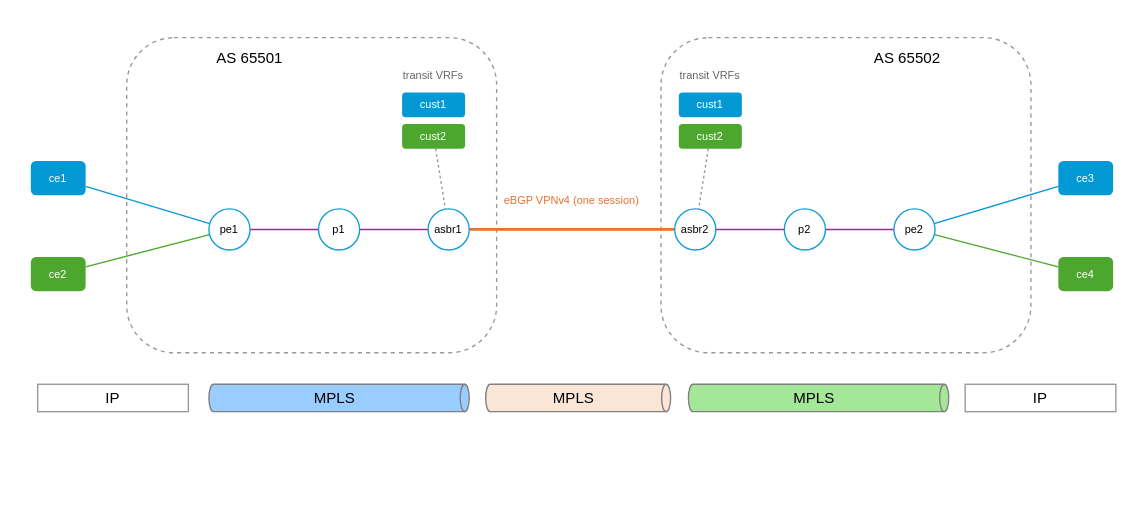
This is playset/images/InterASOptionAB.drawio from zebra-rs/zebra-rs, a draw.io file, before an edit. Source tidied: cells renumbered, new cells numbered last; positions are measured from the earlier drawing's top-left corner, leaving out a move shared by most shapes. Both pictures are drawn from the tidied source at 137%, with x=0, y=0 at pixel (30, 37).
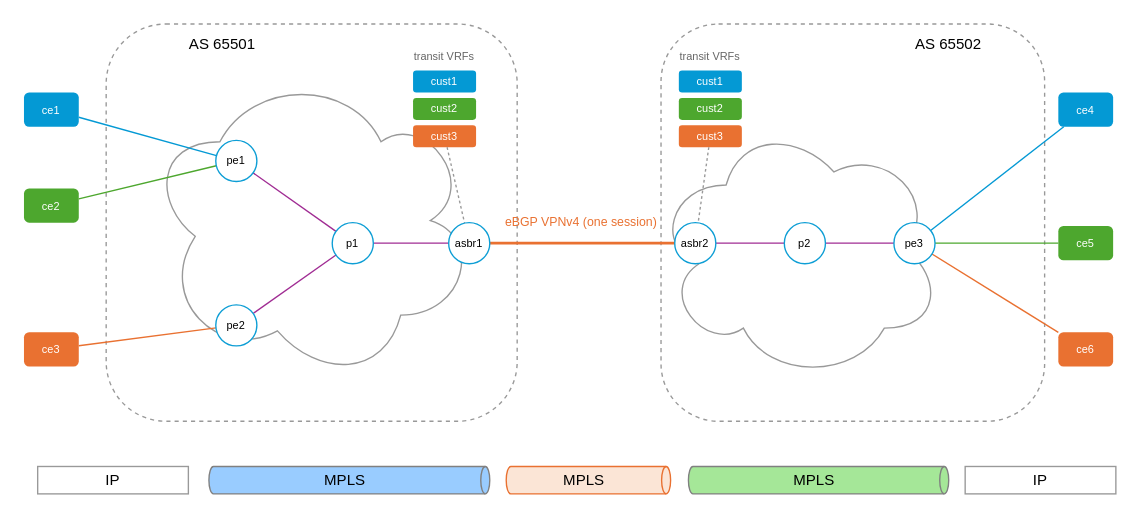
The same page after the edit.

Diff of the diagram source:
```diff
@@
     <mxCell id="2" style="rounded=1;whiteSpace=wrap;html=1;fillColor=none;dashed=1;strokeColor=#999999;" parent="1" vertex="1">
-      <mxGeometry x="70" width="270" height="230" as="geometry" />
+      <mxGeometry x="55" y="-10" width="300" height="290" as="geometry" />
     </mxCell>
     <mxCell id="3" style="rounded=1;whiteSpace=wrap;html=1;fillColor=none;dashed=1;strokeColor=#999999;" parent="1" vertex="1">
-      <mxGeometry x="460" width="270" height="230" as="geometry" />
+      <mxGeometry x="460" y="-10" width="280" height="290" as="geometry" />
     </mxCell>
+    <mxCell id="39" style="ellipse;shape=cloud;whiteSpace=wrap;html=1;flipV=1;flipH=1;strokeColor=#999999;" parent="1" vertex="1">
+      <mxGeometry x="90" y="30" width="240" height="230" as="geometry" />
+    </mxCell>
+    <mxCell id="40" style="ellipse;shape=cloud;whiteSpace=wrap;html=1;strokeColor=#999999;" parent="1" vertex="1">
+      <mxGeometry x="455" y="60" width="210" height="190" as="geometry" />
+    </mxCell>
     <mxCell id="4" value="AS 65501" style="text;html=1;whiteSpace=wrap;strokeColor=none;fillColor=none;align=center;verticalAlign=middle;rounded=0;fontSize=11;" parent="1" vertex="1">
-      <mxGeometry x="125" width="70" height="30" as="geometry" />
+      <mxGeometry x="105" y="-10" width="70" height="30" as="geometry" />
     </mxCell>
     <mxCell id="5" value="AS 65502" style="text;html=1;whiteSpace=wrap;strokeColor=none;fillColor=none;align=center;verticalAlign=middle;rounded=0;fontSize=11;" parent="1" vertex="1">
-      <mxGeometry x="605" width="70" height="30" as="geometry" />
+      <mxGeometry x="635" y="-10" width="70" height="30" as="geometry" />
     </mxCell>
     <mxCell id="6" value="transit VRFs" style="text;html=1;whiteSpace=wrap;strokeColor=none;fillColor=none;align=center;verticalAlign=middle;rounded=0;fontSize=8;fontColor=#666666;" parent="1" vertex="1">
-      <mxGeometry x="259" y="22" width="70" height="12" as="geometry" />
+      <mxGeometry x="267" y="8" width="70" height="12" as="geometry" />
     </mxCell>
     <mxCell id="7" value="transit VRFs" style="text;html=1;whiteSpace=wrap;strokeColor=none;fillColor=none;align=center;verticalAlign=middle;rounded=0;fontSize=8;fontColor=#666666;" parent="1" vertex="1">
-      <mxGeometry x="461" y="22" width="70" height="12" as="geometry" />
+      <mxGeometry x="461" y="8" width="70" height="12" as="geometry" />
     </mxCell>
     <mxCell id="8" value="cust1" style="rounded=1;whiteSpace=wrap;html=1;fillStyle=solid;fillColor=#0499D4;strokeColor=none;fontSize=8;fontColor=#FFFFFF;" parent="1" vertex="1">
-      <mxGeometry x="271" y="40" width="46" height="18" as="geometry" />
+      <mxGeometry x="279" y="24" width="46" height="16" as="geometry" />
     </mxCell>
     <mxCell id="9" value="cust2" style="rounded=1;whiteSpace=wrap;html=1;fillStyle=solid;fillColor=#4DA72E;strokeColor=none;fontSize=8;fontColor=#FFFFFF;" parent="1" vertex="1">
-      <mxGeometry x="271" y="63" width="46" height="18" as="geometry" />
+      <mxGeometry x="279" y="44" width="46" height="16" as="geometry" />
     </mxCell>
+    <mxCell id="41" value="cust3" style="rounded=1;whiteSpace=wrap;html=1;fillStyle=solid;fillColor=#E97131;strokeColor=none;fontSize=8;fontColor=#FFFFFF;" parent="1" vertex="1">
+      <mxGeometry x="279" y="64" width="46" height="16" as="geometry" />
+    </mxCell>
     <mxCell id="10" value="cust1" style="rounded=1;whiteSpace=wrap;html=1;fillStyle=solid;fillColor=#0499D4;strokeColor=none;fontSize=8;fontColor=#FFFFFF;" parent="1" vertex="1">
-      <mxGeometry x="473" y="40" width="46" height="18" as="geometry" />
+      <mxGeometry x="473" y="24" width="46" height="16" as="geometry" />
     </mxCell>
     <mxCell id="11" value="cust2" style="rounded=1;whiteSpace=wrap;html=1;fillStyle=solid;fillColor=#4DA72E;strokeColor=none;fontSize=8;fontColor=#FFFFFF;" parent="1" vertex="1">
-      <mxGeometry x="473" y="63" width="46" height="18" as="geometry" />
+      <mxGeometry x="473" y="44" width="46" height="16" as="geometry" />
     </mxCell>
+    <mxCell id="42" value="cust3" style="rounded=1;whiteSpace=wrap;html=1;fillStyle=solid;fillColor=#E97131;strokeColor=none;fontSize=8;fontColor=#FFFFFF;" parent="1" vertex="1">
+      <mxGeometry x="473" y="64" width="46" height="16" as="geometry" />
+    </mxCell>
-    <mxCell id="12" style="endArrow=none;html=1;rounded=0;dashed=1;dashPattern=2 2;strokeColor=#999999;" parent="1" edge="1" source="9" target="26">
+    <mxCell id="12" style="endArrow=none;html=1;rounded=0;dashed=1;dashPattern=2 2;strokeColor=#999999;" parent="1" edge="1" source="41" target="26">
       <mxGeometry relative="1" as="geometry" />
     </mxCell>
-    <mxCell id="13" style="endArrow=none;html=1;rounded=0;dashed=1;dashPattern=2 2;strokeColor=#999999;" parent="1" edge="1" source="11" target="27">
+    <mxCell id="13" style="endArrow=none;html=1;rounded=0;dashed=1;dashPattern=2 2;strokeColor=#999999;" parent="1" edge="1" source="42" target="27">
       <mxGeometry relative="1" as="geometry" />
     </mxCell>
@@
+    <mxCell id="43" style="endArrow=none;html=1;rounded=0;strokeColor=#E97131;" parent="1" edge="1" source="32" target="29">
+      <mxGeometry relative="1" as="geometry" />
+    </mxCell>
@@
+    <mxCell id="44" style="endArrow=none;html=1;rounded=0;strokeColor=#A02C93;" parent="1" edge="1" source="29" target="25">
+      <mxGeometry relative="1" as="geometry" />
+    </mxCell>
@@
-    <mxCell id="19" style="endArrow=none;html=1;rounded=0;strokeColor=#A02C93;" parent="1" edge="1" source="28" target="29">
-      <mxGeometry relative="1" as="geometry" />
-    </mxCell>
-    <mxCell id="20" style="endArrow=none;html=1;rounded=0;strokeColor=#0499D4;" parent="1" edge="1" source="29" target="32">
-      <mxGeometry relative="1" as="geometry" />
-    </mxCell>
-    <mxCell id="21" style="endArrow=none;html=1;rounded=0;strokeColor=#4DA72E;" parent="1" edge="1" source="29" target="33">
-      <mxGeometry relative="1" as="geometry" />
-    </mxCell>
+    <mxCell id="45" style="endArrow=none;html=1;rounded=0;strokeColor=#A02C93;" parent="1" edge="1" source="28" target="49">
+      <mxGeometry relative="1" as="geometry" />
+    </mxCell>
+    <mxCell id="46" style="endArrow=none;html=1;rounded=0;strokeColor=#0499D4;" parent="1" edge="1" source="49" target="33">
+      <mxGeometry relative="1" as="geometry" />
+    </mxCell>
+    <mxCell id="47" style="endArrow=none;html=1;rounded=0;strokeColor=#4DA72E;" parent="1" edge="1" source="49" target="50">
+      <mxGeometry relative="1" as="geometry" />
+    </mxCell>
+    <mxCell id="48" style="endArrow=none;html=1;rounded=0;strokeColor=#E97131;" parent="1" edge="1" source="49" target="51">
+      <mxGeometry relative="1" as="geometry" />
+    </mxCell>
@@
-    <mxCell id="23" value="eBGP VPNv4 (one session)" style="text;html=1;whiteSpace=wrap;strokeColor=none;fillColor=none;align=center;verticalAlign=middle;rounded=0;fontSize=8;fontColor=#E97131;" parent="1" vertex="1">
-      <mxGeometry x="320" y="112" width="150" height="14" as="geometry" />
+    <mxCell id="23" value="eBGP VPNv4 (one session)" style="text;html=1;whiteSpace=wrap;strokeColor=none;fillColor=none;align=center;verticalAlign=middle;rounded=0;fontSize=9;fontColor=#E97131;" parent="1" vertex="1">
+      <mxGeometry x="327" y="128" width="150" height="14" as="geometry" />
     </mxCell>
     <mxCell id="24" value="pe1" style="ellipse;whiteSpace=wrap;html=1;strokeColor=#0E9ED5;fillColor=#FFFFFF;fontSize=8;" parent="1" vertex="1">
-      <mxGeometry x="130" y="125" width="30" height="30" as="geometry" />
+      <mxGeometry x="135" y="75" width="30" height="30" as="geometry" />
     </mxCell>
+    <mxCell id="29" value="pe2" style="ellipse;whiteSpace=wrap;html=1;strokeColor=#0E9ED5;fillColor=#FFFFFF;fontSize=8;" parent="1" vertex="1">
+      <mxGeometry x="135" y="195" width="30" height="30" as="geometry" />
+    </mxCell>
     <mxCell id="25" value="p1" style="ellipse;whiteSpace=wrap;html=1;strokeColor=#0E9ED5;fillColor=#FFFFFF;fontSize=8;" parent="1" vertex="1">
-      <mxGeometry x="210" y="125" width="30" height="30" as="geometry" />
+      <mxGeometry x="220" y="135" width="30" height="30" as="geometry" />
     </mxCell>
     <mxCell id="26" value="asbr1" style="ellipse;whiteSpace=wrap;html=1;strokeColor=#0E9ED5;fillColor=#FFFFFF;fontSize=8;" parent="1" vertex="1">
-      <mxGeometry x="290" y="125" width="30" height="30" as="geometry" />
+      <mxGeometry x="305" y="135" width="30" height="30" as="geometry" />
     </mxCell>
     <mxCell id="27" value="asbr2" style="ellipse;whiteSpace=wrap;html=1;strokeColor=#0E9ED5;fillColor=#FFFFFF;fontSize=8;" parent="1" vertex="1">
-      <mxGeometry x="470" y="125" width="30" height="30" as="geometry" />
+      <mxGeometry x="470" y="135" width="30" height="30" as="geometry" />
     </mxCell>
     <mxCell id="28" value="p2" style="ellipse;whiteSpace=wrap;html=1;strokeColor=#0E9ED5;fillColor=#FFFFFF;fontSize=8;" parent="1" vertex="1">
-      <mxGeometry x="550" y="125" width="30" height="30" as="geometry" />
+      <mxGeometry x="550" y="135" width="30" height="30" as="geometry" />
     </mxCell>
-    <mxCell id="29" value="pe2" style="ellipse;whiteSpace=wrap;html=1;strokeColor=#0E9ED5;fillColor=#FFFFFF;fontSize=8;" parent="1" vertex="1">
-      <mxGeometry x="630" y="125" width="30" height="30" as="geometry" />
-    </mxCell>
+    <mxCell id="49" value="pe3" style="ellipse;whiteSpace=wrap;html=1;strokeColor=#0E9ED5;fillColor=#FFFFFF;fontSize=8;" parent="1" vertex="1">
+      <mxGeometry x="630" y="135" width="30" height="30" as="geometry" />
+    </mxCell>
     <mxCell id="30" value="ce1" style="rounded=1;whiteSpace=wrap;html=1;fillStyle=solid;fillColor=#0499D4;strokeColor=none;fontSize=8;fontColor=#FFFFFF;" parent="1" vertex="1">
-      <mxGeometry y="90" width="40" height="25" as="geometry" />
+      <mxGeometry x="-5" y="40" width="40" height="25" as="geometry" />
     </mxCell>
     <mxCell id="31" value="ce2" style="rounded=1;whiteSpace=wrap;html=1;fillStyle=solid;fillColor=#4DA72E;strokeColor=none;fontSize=8;fontColor=#FFFFFF;" parent="1" vertex="1">
-      <mxGeometry y="160" width="40" height="25" as="geometry" />
+      <mxGeometry x="-5" y="110" width="40" height="25" as="geometry" />
     </mxCell>
-    <mxCell id="32" value="ce3" style="rounded=1;whiteSpace=wrap;html=1;fillStyle=solid;fillColor=#0499D4;strokeColor=none;fontSize=8;fontColor=#FFFFFF;" parent="1" vertex="1">
-      <mxGeometry x="750" y="90" width="40" height="25" as="geometry" />
+    <mxCell id="32" value="ce3" style="rounded=1;whiteSpace=wrap;html=1;fillStyle=solid;fillColor=#E97131;strokeColor=none;fontSize=8;fontColor=#FFFFFF;" parent="1" vertex="1">
+      <mxGeometry x="-5" y="215" width="40" height="25" as="geometry" />
     </mxCell>
-    <mxCell id="33" value="ce4" style="rounded=1;whiteSpace=wrap;html=1;fillStyle=solid;fillColor=#4DA72E;strokeColor=none;fontSize=8;fontColor=#FFFFFF;" parent="1" vertex="1">
-      <mxGeometry x="750" y="160" width="40" height="25" as="geometry" />
+    <mxCell id="33" value="ce4" style="rounded=1;whiteSpace=wrap;html=1;fillStyle=solid;fillColor=#0499D4;strokeColor=none;fontSize=8;fontColor=#FFFFFF;" parent="1" vertex="1">
+      <mxGeometry x="750" y="40" width="40" height="25" as="geometry" />
     </mxCell>
+    <mxCell id="50" value="ce5" style="rounded=1;whiteSpace=wrap;html=1;fillStyle=solid;fillColor=#4DA72E;strokeColor=none;fontSize=8;fontColor=#FFFFFF;" parent="1" vertex="1">
+      <mxGeometry x="750" y="137.5" width="40" height="25" as="geometry" />
+    </mxCell>
+    <mxCell id="51" value="ce6" style="rounded=1;whiteSpace=wrap;html=1;fillStyle=solid;fillColor=#E97131;strokeColor=none;fontSize=8;fontColor=#FFFFFF;" parent="1" vertex="1">
+      <mxGeometry x="750" y="215" width="40" height="25" as="geometry" />
+    </mxCell>
     <mxCell id="34" value="IP" style="rounded=0;whiteSpace=wrap;html=1;strokeColor=#999999;fontSize=11;" parent="1" vertex="1">
-      <mxGeometry x="5" y="253" width="110" height="20" as="geometry" />
+      <mxGeometry x="5" y="313" width="110" height="20" as="geometry" />
     </mxCell>
     <mxCell id="35" value="MPLS" style="shape=cylinder3;whiteSpace=wrap;html=1;boundedLbl=1;backgroundOutline=1;size=3.285714285714164;direction=south;strokeColor=#808080;fillColor=light-dark(#99CCFF,#2566A8);fontColor=#000000;fontSize=11;" parent="1" vertex="1">
-      <mxGeometry x="130" y="253" width="190" height="20" as="geometry" />
+      <mxGeometry x="130" y="313" width="205" height="20" as="geometry" />
     </mxCell>
-    <mxCell id="36" value="MPLS" style="shape=cylinder3;whiteSpace=wrap;html=1;boundedLbl=1;backgroundOutline=1;size=3.285714285714164;direction=south;strokeColor=#808080;fillColor=light-dark(#FBE5D6,#7A4A21);fontColor=#000000;fontSize=11;" parent="1" vertex="1">
-      <mxGeometry x="332" y="253" width="135" height="20" as="geometry" />
+    <mxCell id="36" value="MPLS" style="shape=cylinder3;whiteSpace=wrap;html=1;boundedLbl=1;backgroundOutline=1;size=3.285714285714164;direction=south;strokeColor=#E97131;fillColor=light-dark(#FBE5D6,#7A4A21);fontColor=#000000;fontSize=11;" parent="1" vertex="1">
+      <mxGeometry x="347" y="313" width="120" height="20" as="geometry" />
     </mxCell>
     <mxCell id="37" value="MPLS" style="shape=cylinder3;whiteSpace=wrap;html=1;boundedLbl=1;backgroundOutline=1;size=3.285714285714164;direction=south;strokeColor=#808080;fillColor=light-dark(#A5E798,#003900);fontColor=#000000;fontSize=11;" parent="1" vertex="1">
-      <mxGeometry x="480" y="253" width="190" height="20" as="geometry" />
+      <mxGeometry x="480" y="313" width="190" height="20" as="geometry" />
     </mxCell>
     <mxCell id="38" value="IP" style="rounded=0;whiteSpace=wrap;html=1;strokeColor=#999999;fontSize=11;" parent="1" vertex="1">
-      <mxGeometry x="682" y="253" width="110" height="20" as="geometry" />
+      <mxGeometry x="682" y="313" width="110" height="20" as="geometry" />
     </mxCell>
```
